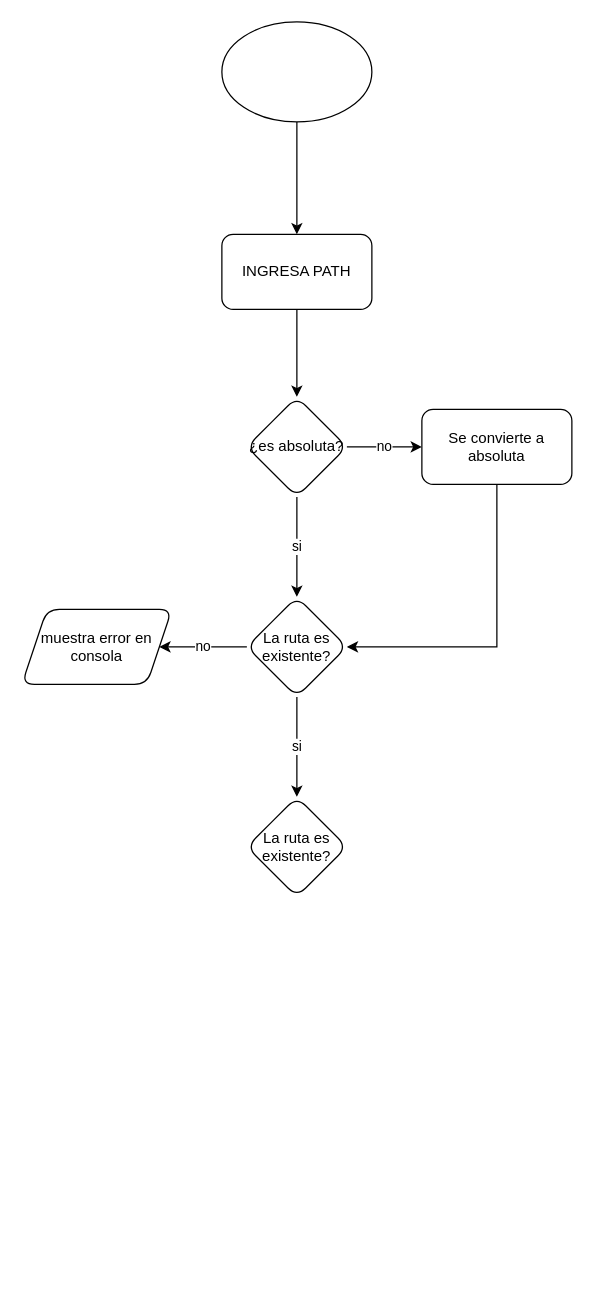
This is Flowchart.drawio from Laboratoria/LIM17-md-links, a draw.io file, before an edit. Source tidied: cells renumbered, new cells numbered last; positions are measured from the earlier drawing's top-left corner, leaving out a move shared by most shapes. Both pictures are drawn from the tidied source at 125%, with x=0, y=0 at pixel (21, 21).
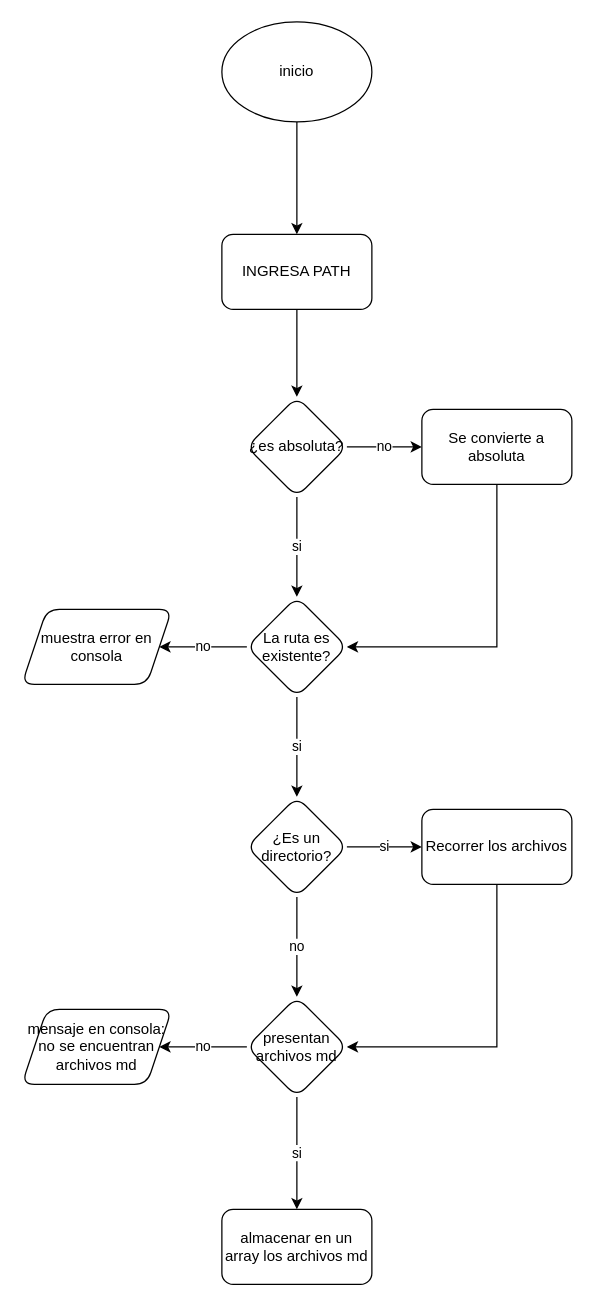
The same diagram, later.

Diff of the diagram source:
```diff
@@
-    <mxCell id="3" style="ellipse;whiteSpace=wrap;html=1;" parent="1" vertex="1">
+    <mxCell id="3" value="inicio" style="ellipse;whiteSpace=wrap;html=1;" parent="1" vertex="1">
       <mxGeometry x="160" width="120" height="80" as="geometry" />
     </mxCell>
@@
+    <mxCell id="16" value="si" style="edgeStyle=orthogonalEdgeStyle;rounded=0;jettySize=auto;html=1;" parent="1" edge="1" source="14" target="19">
+      <mxGeometry relative="1" as="geometry" />
+    </mxCell>
+    <mxCell id="17" value="no" style="edgeStyle=orthogonalEdgeStyle;rounded=0;jettySize=auto;html=1;" parent="1" edge="1" source="14" target="22">
+      <mxGeometry relative="1" as="geometry" />
+    </mxCell>
-    <mxCell id="14" value="La ruta es existente?" style="rhombus;whiteSpace=wrap;html=1;rounded=1;" parent="1" vertex="1">
+    <mxCell id="14" value="¿Es un directorio?" style="rhombus;whiteSpace=wrap;html=1;rounded=1;" parent="1" vertex="1">
       <mxGeometry x="180" y="620" width="80" height="80" as="geometry" />
     </mxCell>
@@
+    <mxCell id="18" style="edgeStyle=orthogonalEdgeStyle;rounded=0;jettySize=auto;html=1;entryX=1;entryY=0.5;entryDx=0;entryDy=0;exitX=0.5;exitY=1;exitDx=0;exitDy=0;" parent="1" edge="1" source="19" target="22">
+      <mxGeometry relative="1" as="geometry" />
+    </mxCell>
+    <mxCell id="19" value="Recorrer los archivos" style="whiteSpace=wrap;html=1;rounded=1;" parent="1" vertex="1">
+      <mxGeometry x="320" y="630" width="120" height="60" as="geometry" />
+    </mxCell>
+    <mxCell id="20" value="no" style="edgeStyle=orthogonalEdgeStyle;rounded=0;jettySize=auto;html=1;" parent="1" edge="1" source="22" target="23">
+      <mxGeometry relative="1" as="geometry" />
+    </mxCell>
+    <mxCell id="21" value="si" style="edgeStyle=orthogonalEdgeStyle;rounded=0;jettySize=auto;html=1;" parent="1" edge="1" source="22" target="24">
+      <mxGeometry relative="1" as="geometry" />
+    </mxCell>
+    <mxCell id="22" value="presentan archivos md" style="rhombus;whiteSpace=wrap;html=1;rounded=1;" parent="1" vertex="1">
+      <mxGeometry x="180" y="780" width="80" height="80" as="geometry" />
+    </mxCell>
+    <mxCell id="23" value="mensaje en consola: no se encuentran archivos md" style="shape=parallelogram;perimeter=parallelogramPerimeter;whiteSpace=wrap;html=1;fixedSize=1;rounded=1;" parent="1" vertex="1">
+      <mxGeometry y="790" width="120" height="60" as="geometry" />
+    </mxCell>
+    <mxCell id="24" value="almacenar en un array los archivos md" style="whiteSpace=wrap;html=1;rounded=1;" parent="1" vertex="1">
+      <mxGeometry x="160" y="950" width="120" height="60" as="geometry" />
+    </mxCell>
```
